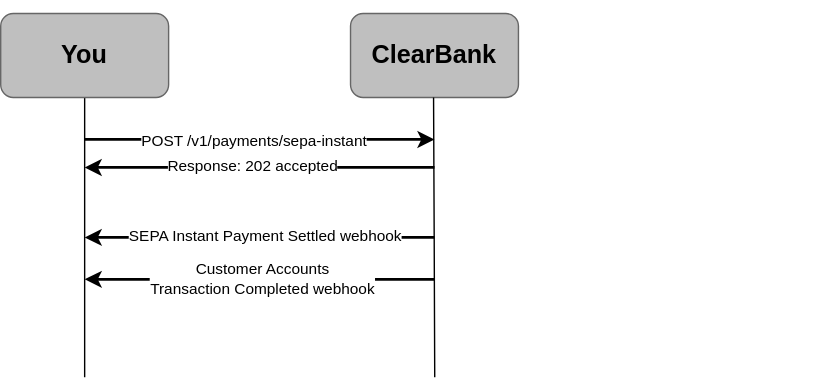
The draw.io diagram static/assets/images/send-a-sepa-ict-payment.svg in clearbank/clearbank.github.io, before a commit. Source tidied: cells renumbered, new cells last; positions are measured from the earlier drawing's top-left corner, leaving out a move shared by most shapes. The source it was exported from:
```xml
<mxGraphModel>
  <root>
    <mxCell id="0" />
    <mxCell id="1" parent="0" />
    <mxCell id="2" value="ClearBank" style="rounded=1;whiteSpace=wrap;html=1;strokeColor=#666666;fillColor=#BFBFBF;gradientColor=none;fontFamily=Arial;fontStyle=1;fontSize=18;" parent="1" vertex="1">
      <mxGeometry x="250" y="10" width="120" height="60" as="geometry" />
    </mxCell>
    <mxCell id="3" style="endArrow=classic;html=1;rounded=0;strokeWidth=2;fontFamily=Arial;" parent="1" edge="1">
      <mxGeometry relative="1" as="geometry">
        <mxPoint x="310" y="170" as="sourcePoint" />
        <mxPoint x="60" y="170" as="targetPoint" />
      </mxGeometry>
    </mxCell>
    <mxCell id="4" value="&lt;div&gt;SEPA Instant Payment Settled webhook&lt;/div&gt;" style="edgeLabel;html=1;align=center;verticalAlign=middle;fontFamily=Arial;" parent="3" vertex="1">
      <mxGeometry x="0.09" y="-1" relative="1" as="geometry">
        <mxPoint x="15" as="offset" />
      </mxGeometry>
    </mxCell>
    <mxCell id="5" style="edgeStyle=orthogonalEdgeStyle;rounded=0;orthogonalLoop=1;jettySize=auto;html=1;endArrow=none;endFill=0;fontFamily=Arial;" parent="1" edge="1">
      <mxGeometry relative="1" as="geometry">
        <mxPoint x="309.3" y="70" as="sourcePoint" />
        <mxPoint x="310.2" y="270" as="targetPoint" />
      </mxGeometry>
    </mxCell>
    <mxCell id="6" style="edgeStyle=orthogonalEdgeStyle;rounded=0;jettySize=auto;html=1;endArrow=none;endFill=0;fontFamily=Arial;" parent="1" edge="1" source="7">
      <mxGeometry relative="1" as="geometry">
        <mxPoint x="60" y="270" as="targetPoint" />
      </mxGeometry>
    </mxCell>
    <mxCell id="7" value="You" style="rounded=1;whiteSpace=wrap;html=1;strokeColor=#666666;fillColor=#BFBFBF;gradientColor=none;fontFamily=Arial;fontStyle=1;fontSize=18;" parent="1" vertex="1">
      <mxGeometry y="10" width="120" height="60" as="geometry" />
    </mxCell>
    <mxCell id="8" style="rounded=1;whiteSpace=wrap;html=1;fillColor=none;strokeColor=none;" parent="1" vertex="1">
      <mxGeometry x="370" y="150" width="220" height="60" as="geometry" />
    </mxCell>
    <mxCell id="9" style="rounded=0;whiteSpace=wrap;html=1;strokeColor=none;fillColor=none;fontFamily=Arial;" parent="1" vertex="1">
      <mxGeometry x="100" width="120" height="10" as="geometry" />
    </mxCell>
    <mxCell id="10" style="endArrow=classic;html=1;rounded=0;strokeWidth=2;fontFamily=Arial;" parent="1" edge="1">
      <mxGeometry relative="1" as="geometry">
        <mxPoint x="310" y="200" as="sourcePoint" />
        <mxPoint x="60" y="200" as="targetPoint" />
      </mxGeometry>
    </mxCell>
    <mxCell id="11" value="Customer Accounts&lt;br&gt;Transaction Completed webhook" style="edgeLabel;html=1;align=center;verticalAlign=middle;fontFamily=Arial;" parent="10" vertex="1">
      <mxGeometry x="0.09" y="-1" relative="1" as="geometry">
        <mxPoint x="13" y="1" as="offset" />
      </mxGeometry>
    </mxCell>
    <mxCell id="12" style="endArrow=classic;html=1;rounded=0;strokeWidth=2;fontFamily=Arial;" parent="1" edge="1">
      <mxGeometry relative="1" as="geometry">
        <mxPoint x="60" y="100" as="sourcePoint" />
        <mxPoint x="310" y="100" as="targetPoint" />
      </mxGeometry>
    </mxCell>
    <mxCell id="13" value="POST /v1/payments/sepa-instant" style="edgeLabel;html=1;align=center;verticalAlign=middle;fontFamily=Arial;" parent="12" vertex="1">
      <mxGeometry x="0.09" y="-1" relative="1" as="geometry">
        <mxPoint x="-15" as="offset" />
      </mxGeometry>
    </mxCell>
    <mxCell id="14" style="endArrow=classic;html=1;rounded=0;strokeWidth=2;fontFamily=Arial;" parent="1" edge="1">
      <mxGeometry relative="1" as="geometry">
        <mxPoint x="310" y="120" as="sourcePoint" />
        <mxPoint x="60" y="120" as="targetPoint" />
      </mxGeometry>
    </mxCell>
    <mxCell id="15" value="Response: 202 accepted" style="edgeLabel;html=1;align=center;verticalAlign=middle;fontFamily=Arial;" parent="14" vertex="1">
      <mxGeometry x="0.09" y="-1" relative="1" as="geometry">
        <mxPoint x="6" as="offset" />
      </mxGeometry>
    </mxCell>
  </root>
</mxGraphModel>
```
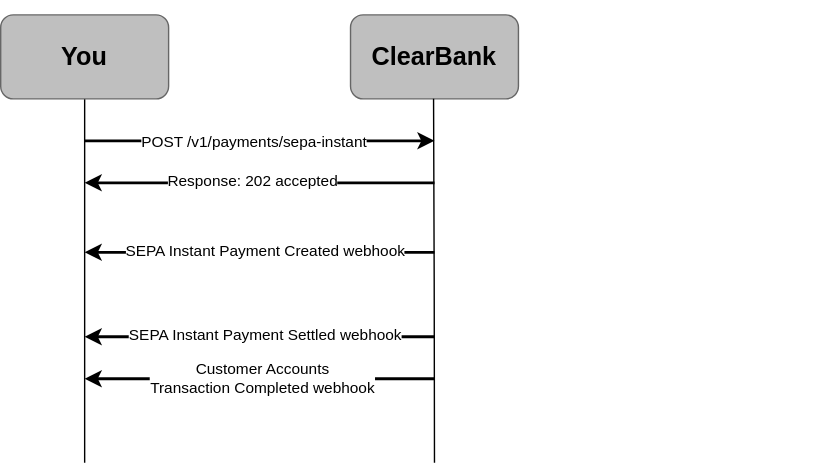
Above is the later version.

Diff of the diagram source:
```diff
@@ -7,8 +7,8 @@
     </mxCell>
     <mxCell id="3" style="endArrow=classic;html=1;rounded=0;strokeWidth=2;fontFamily=Arial;" parent="1" edge="1">
       <mxGeometry relative="1" as="geometry">
-        <mxPoint x="310" y="170" as="sourcePoint" />
-        <mxPoint x="60" y="170" as="targetPoint" />
+        <mxPoint x="310" y="240" as="sourcePoint" />
+        <mxPoint x="60" y="240" as="targetPoint" />
       </mxGeometry>
     </mxCell>
     <mxCell id="4" value="&lt;div&gt;SEPA Instant Payment Settled webhook&lt;/div&gt;" style="edgeLabel;html=1;align=center;verticalAlign=middle;fontFamily=Arial;" parent="3" vertex="1">
@@ -19,12 +19,12 @@
     <mxCell id="5" style="edgeStyle=orthogonalEdgeStyle;rounded=0;orthogonalLoop=1;jettySize=auto;html=1;endArrow=none;endFill=0;fontFamily=Arial;" parent="1" edge="1">
       <mxGeometry relative="1" as="geometry">
         <mxPoint x="309.3" y="70" as="sourcePoint" />
-        <mxPoint x="310.2" y="270" as="targetPoint" />
+        <mxPoint x="310" y="330" as="targetPoint" />
       </mxGeometry>
     </mxCell>
     <mxCell id="6" style="edgeStyle=orthogonalEdgeStyle;rounded=0;jettySize=auto;html=1;endArrow=none;endFill=0;fontFamily=Arial;" parent="1" edge="1" source="7">
       <mxGeometry relative="1" as="geometry">
-        <mxPoint x="60" y="270" as="targetPoint" />
+        <mxPoint x="60" y="330" as="targetPoint" />
       </mxGeometry>
     </mxCell>
     <mxCell id="7" value="You" style="rounded=1;whiteSpace=wrap;html=1;strokeColor=#666666;fillColor=#BFBFBF;gradientColor=none;fontFamily=Arial;fontStyle=1;fontSize=18;" parent="1" vertex="1">
@@ -38,8 +38,8 @@
     </mxCell>
     <mxCell id="10" style="endArrow=classic;html=1;rounded=0;strokeWidth=2;fontFamily=Arial;" parent="1" edge="1">
       <mxGeometry relative="1" as="geometry">
-        <mxPoint x="310" y="200" as="sourcePoint" />
-        <mxPoint x="60" y="200" as="targetPoint" />
+        <mxPoint x="310" y="270" as="sourcePoint" />
+        <mxPoint x="60" y="270" as="targetPoint" />
       </mxGeometry>
     </mxCell>
     <mxCell id="11" value="Customer Accounts&lt;br&gt;Transaction Completed webhook" style="edgeLabel;html=1;align=center;verticalAlign=middle;fontFamily=Arial;" parent="10" vertex="1">
@@ -60,8 +60,8 @@
     </mxCell>
     <mxCell id="14" style="endArrow=classic;html=1;rounded=0;strokeWidth=2;fontFamily=Arial;" parent="1" edge="1">
       <mxGeometry relative="1" as="geometry">
-        <mxPoint x="310" y="120" as="sourcePoint" />
-        <mxPoint x="60" y="120" as="targetPoint" />
+        <mxPoint x="310" y="130" as="sourcePoint" />
+        <mxPoint x="60" y="130" as="targetPoint" />
       </mxGeometry>
     </mxCell>
     <mxCell id="15" value="Response: 202 accepted" style="edgeLabel;html=1;align=center;verticalAlign=middle;fontFamily=Arial;" parent="14" vertex="1">
@@ -69,5 +69,16 @@
         <mxPoint x="6" as="offset" />
       </mxGeometry>
     </mxCell>
+    <mxCell id="16" style="endArrow=classic;html=1;rounded=0;strokeWidth=2;fontFamily=Arial;" parent="1" edge="1">
+      <mxGeometry relative="1" as="geometry">
+        <mxPoint x="310" y="179.7" as="sourcePoint" />
+        <mxPoint x="60" y="179.7" as="targetPoint" />
+      </mxGeometry>
+    </mxCell>
+    <mxCell id="17" value="&lt;div&gt;SEPA Instant Payment Created webhook&lt;/div&gt;" style="edgeLabel;html=1;align=center;verticalAlign=middle;fontFamily=Arial;" parent="16" vertex="1">
+      <mxGeometry x="0.09" y="-1" relative="1" as="geometry">
+        <mxPoint x="15" as="offset" />
+      </mxGeometry>
+    </mxCell>
   </root>
 </mxGraphModel>
```
